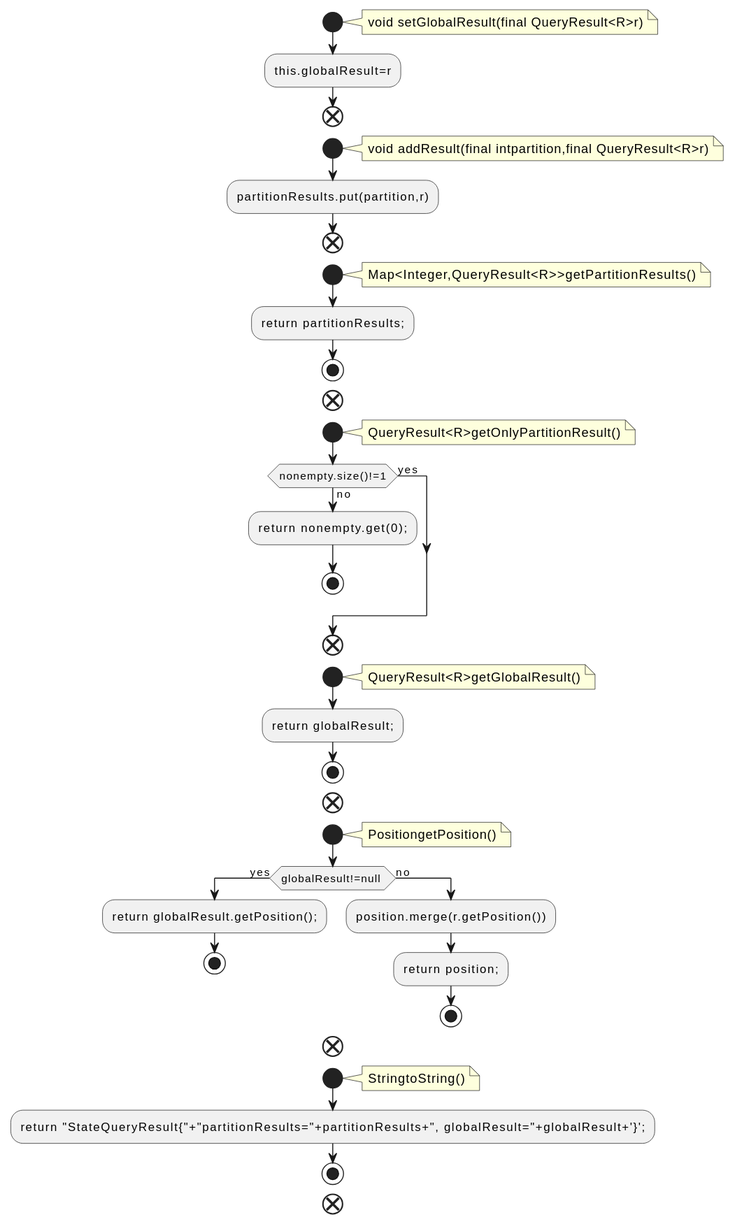
Before: docs/qc/streams/src/main/java/org/apache/kafka/streams/query/StateQueryResult.java.fct.svg, a diagram exported from PlantUML (qualitesys/kafka).
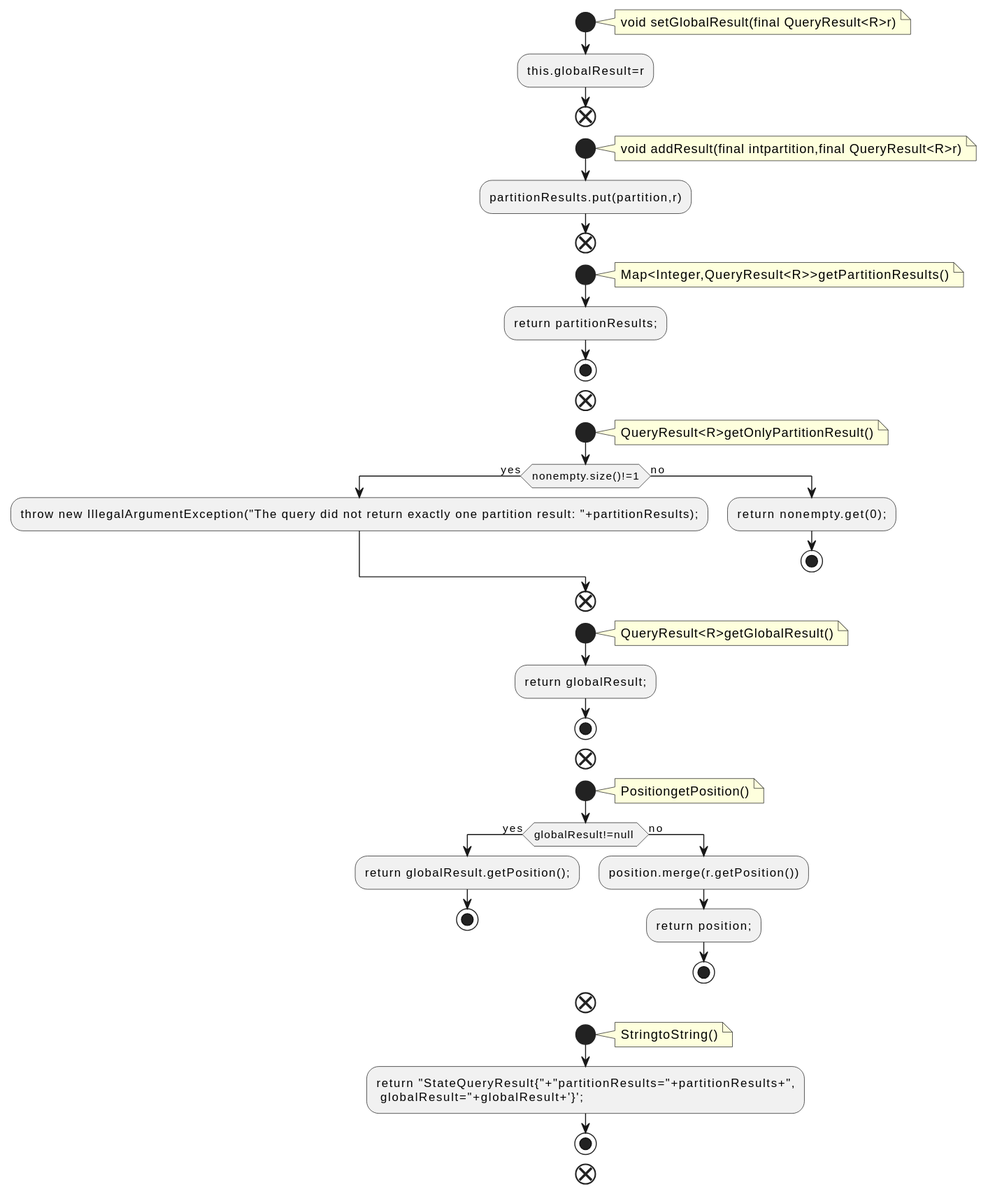
After the commit.

Diff of the diagram source:
```diff
@@ -24,6 +24,7 @@
 QueryResult<R>getOnlyPartitionResult()
 end note
 if (nonempty.size()!=1) then (yes)
+:throw new IllegalArgumentException("The query did not return exactly one partition result: "+partitionResults);;
 else (no)
 :return nonempty.get(0);;
 stop
@@ -53,7 +54,8 @@
 note right
 StringtoString()
 end note
-:return "StateQueryResult{"+"partitionResults="+partitionResults+", globalResult="+globalResult+'}';;
+:return "StateQueryResult{"+"partitionResults="+partitionResults+",
+ globalResult="+globalResult+'}';;
 stop
 end
 @enduml
```
